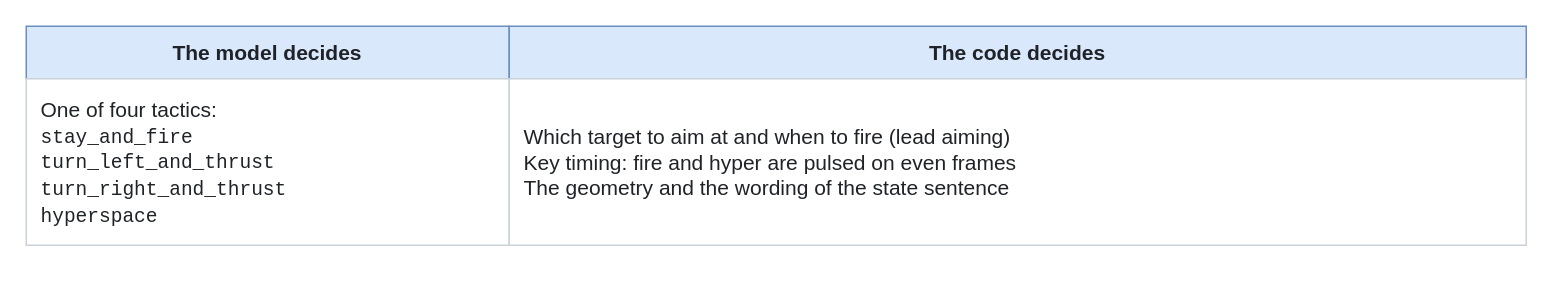
Above: docs/diagrams/p3-responsibility-split.drawio in paolob67/Asteroids (draw.io), before the change. Source tidied: cells renumbered, new cells numbered last; positions are measured from the earlier drawing's top-left corner, leaving out a move shared by most shapes. Both pictures are drawn from the tidied source at 150%, with x=0, y=0 at pixel (26, 26).
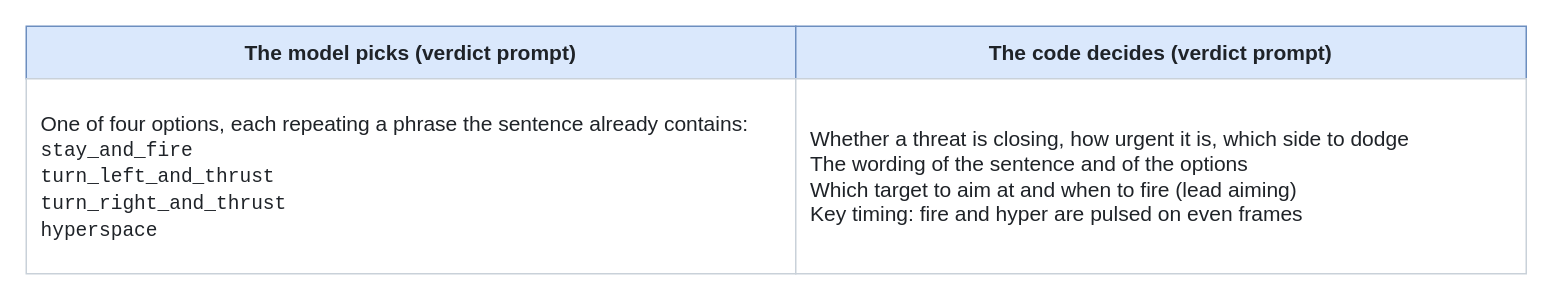
The same diagram, later.

The edit, as a diff of the source:
```diff
@@
 <mxGraphModel>
   <root>
     <mxCell id="0" />
     <mxCell id="1" parent="0" />
-    <mxCell id="2" value="The model decides" style="rounded=0;whiteSpace=wrap;html=1;align=center;verticalAlign=middle;spacingLeft=8;spacingRight=8;fillColor=#dae8fc;strokeColor=#6c8ebf;fontSize=14;fontColor=#1f2328;fontStyle=1;" parent="1" vertex="1">
-      <mxGeometry width="322" height="35" as="geometry" />
+    <mxCell id="2" value="The model picks (verdict prompt)" style="rounded=0;whiteSpace=wrap;html=1;align=center;verticalAlign=middle;spacingLeft=8;spacingRight=8;fillColor=#dae8fc;strokeColor=#6c8ebf;fontSize=14;fontColor=#1f2328;fontStyle=1;" parent="1" vertex="1">
+      <mxGeometry width="513" height="35" as="geometry" />
     </mxCell>
-    <mxCell id="3" value="The code decides" style="rounded=0;whiteSpace=wrap;html=1;align=center;verticalAlign=middle;spacingLeft=8;spacingRight=8;fillColor=#dae8fc;strokeColor=#6c8ebf;fontSize=14;fontColor=#1f2328;fontStyle=1;" parent="1" vertex="1">
-      <mxGeometry x="322" width="678" height="35" as="geometry" />
+    <mxCell id="3" value="The code decides (verdict prompt)" style="rounded=0;whiteSpace=wrap;html=1;align=center;verticalAlign=middle;spacingLeft=8;spacingRight=8;fillColor=#dae8fc;strokeColor=#6c8ebf;fontSize=14;fontColor=#1f2328;fontStyle=1;" parent="1" vertex="1">
+      <mxGeometry x="513" width="487" height="35" as="geometry" />
     </mxCell>
-    <mxCell id="4" value="One of four tactics:&lt;br&gt;&lt;font face=&quot;Courier New&quot; style=&quot;font-size:13px&quot;&gt;stay_and_fire&lt;/font&gt;&lt;br&gt;&lt;font face=&quot;Courier New&quot; style=&quot;font-size:13px&quot;&gt;turn_left_and_thrust&lt;/font&gt;&lt;br&gt;&lt;font face=&quot;Courier New&quot; style=&quot;font-size:13px&quot;&gt;turn_right_and_thrust&lt;/font&gt;&lt;br&gt;&lt;font face=&quot;Courier New&quot; style=&quot;font-size:13px&quot;&gt;hyperspace&lt;/font&gt;" style="rounded=0;whiteSpace=wrap;html=1;align=left;verticalAlign=middle;spacingLeft=8;spacingRight=8;fillColor=#ffffff;strokeColor=#c9d1d9;fontSize=14;fontColor=#1f2328;" parent="1" vertex="1">
-      <mxGeometry y="35" width="322" height="111" as="geometry" />
+    <mxCell id="4" value="One of four options, each repeating a phrase the sentence already contains:&lt;br&gt;&lt;font face=&quot;Courier New&quot; style=&quot;font-size:13px&quot;&gt;stay_and_fire&lt;/font&gt;&lt;br&gt;&lt;font face=&quot;Courier New&quot; style=&quot;font-size:13px&quot;&gt;turn_left_and_thrust&lt;/font&gt;&lt;br&gt;&lt;font face=&quot;Courier New&quot; style=&quot;font-size:13px&quot;&gt;turn_right_and_thrust&lt;/font&gt;&lt;br&gt;&lt;font face=&quot;Courier New&quot; style=&quot;font-size:13px&quot;&gt;hyperspace&lt;/font&gt;" style="rounded=0;whiteSpace=wrap;html=1;align=left;verticalAlign=middle;spacingLeft=8;spacingRight=8;fillColor=#ffffff;strokeColor=#c9d1d9;fontSize=14;fontColor=#1f2328;" parent="1" vertex="1">
+      <mxGeometry y="35" width="513" height="130" as="geometry" />
     </mxCell>
-    <mxCell id="5" value="Which target to aim at and when to fire (lead aiming)&lt;br&gt;Key timing: fire and hyper are pulsed on even frames&lt;br&gt;The geometry and the wording of the state sentence" style="rounded=0;whiteSpace=wrap;html=1;align=left;verticalAlign=middle;spacingLeft=8;spacingRight=8;fillColor=#ffffff;strokeColor=#c9d1d9;fontSize=14;fontColor=#1f2328;" parent="1" vertex="1">
-      <mxGeometry x="322" y="35" width="678" height="111" as="geometry" />
+    <mxCell id="5" value="Whether a threat is closing, how urgent it is, which side to dodge&lt;br&gt;The wording of the sentence and of the options&lt;br&gt;Which target to aim at and when to fire (lead aiming)&lt;br&gt;Key timing: fire and hyper are pulsed on even frames" style="rounded=0;whiteSpace=wrap;html=1;align=left;verticalAlign=middle;spacingLeft=8;spacingRight=8;fillColor=#ffffff;strokeColor=#c9d1d9;fontSize=14;fontColor=#1f2328;" parent="1" vertex="1">
+      <mxGeometry x="513" y="35" width="487" height="130" as="geometry" />
     </mxCell>
   </root>
 </mxGraphModel>
```
